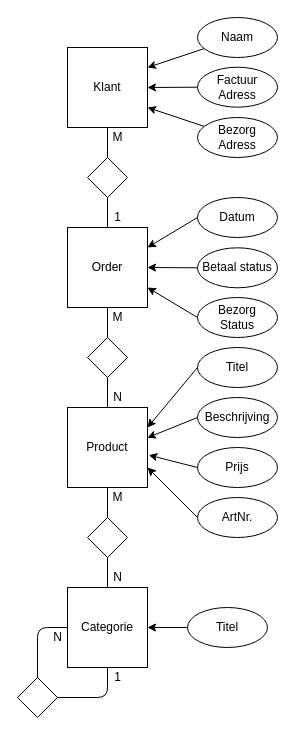
Before: Skippy/Diagrams/Conceptueel_Model.drawio in LuukdeKinderen/S2Software, a draw.io diagram. Source tidied: cells renumbered, new cells numbered last; positions are measured from the earlier drawing's top-left corner, leaving out a move shared by most shapes. Both pictures are drawn from the tidied source at 100%, with x=0, y=0 at pixel (17, 17).
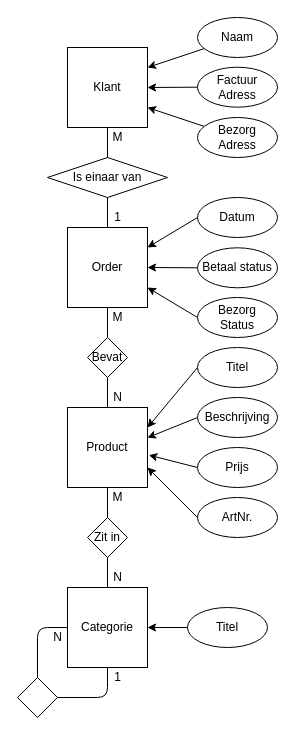
Above is the later version.

What changed in the source:
```diff
@@
-    <mxCell id="19" style="rhombus;whiteSpace=wrap;html=1;" parent="1" vertex="1">
+    <mxCell id="19" value="Zit in" style="rhombus;whiteSpace=wrap;html=1;" parent="1" vertex="1">
       <mxGeometry x="70" y="500" width="40" height="40" as="geometry" />
     </mxCell>
@@
-    <mxCell id="24" style="rhombus;whiteSpace=wrap;html=1;" parent="1" vertex="1">
+    <mxCell id="24" value="Bevat" style="rhombus;whiteSpace=wrap;html=1;" parent="1" vertex="1">
       <mxGeometry x="70" y="320" width="40" height="40" as="geometry" />
     </mxCell>
@@
-    <mxCell id="34" style="rhombus;whiteSpace=wrap;html=1;" parent="1" vertex="1">
-      <mxGeometry x="70" y="140" width="40" height="40" as="geometry" />
+    <mxCell id="34" value="Is einaar van" style="rhombus;whiteSpace=wrap;html=1;" parent="1" vertex="1">
+      <mxGeometry x="30" y="140" width="120" height="40" as="geometry" />
     </mxCell>
```
